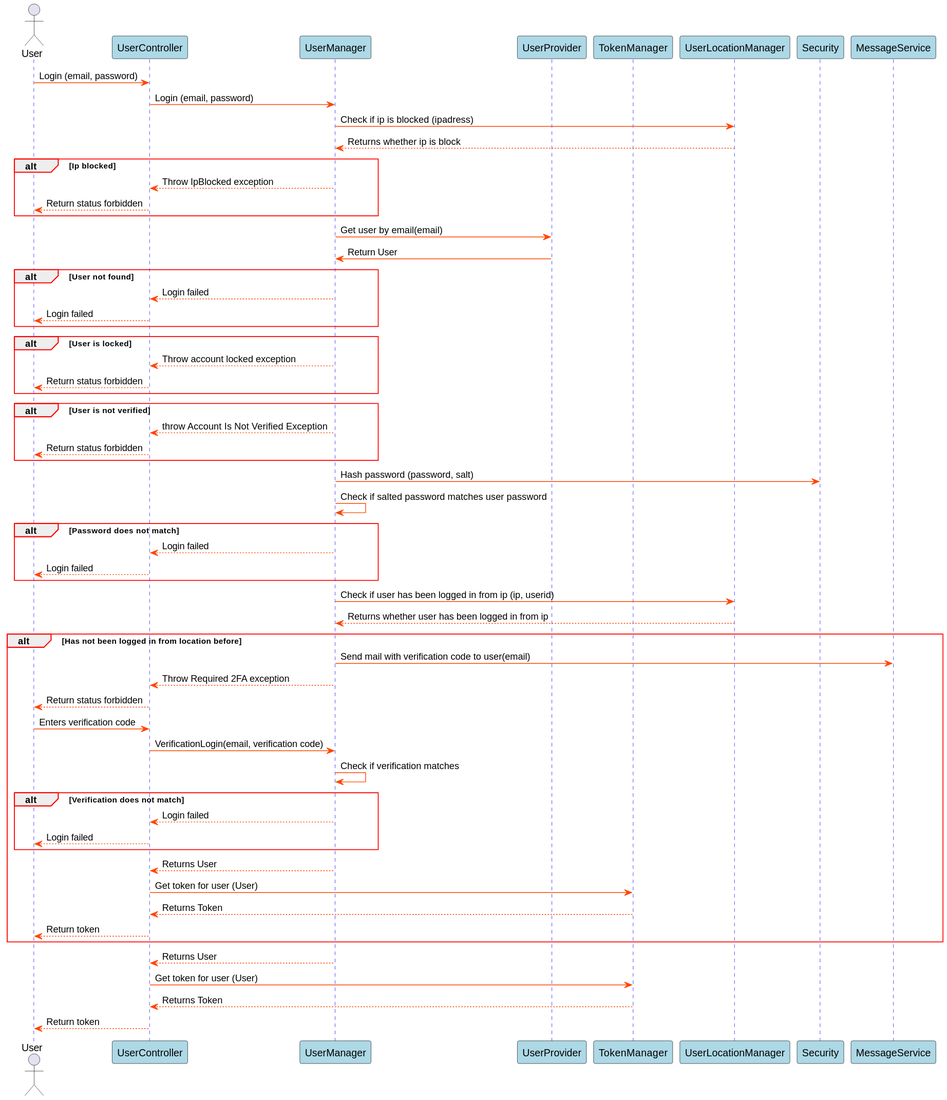
Before: Docs/out/SDDiagrams/LoginSD/Login SD.svg, a diagram exported from PlantUML (blackout1471/trust-us-school).
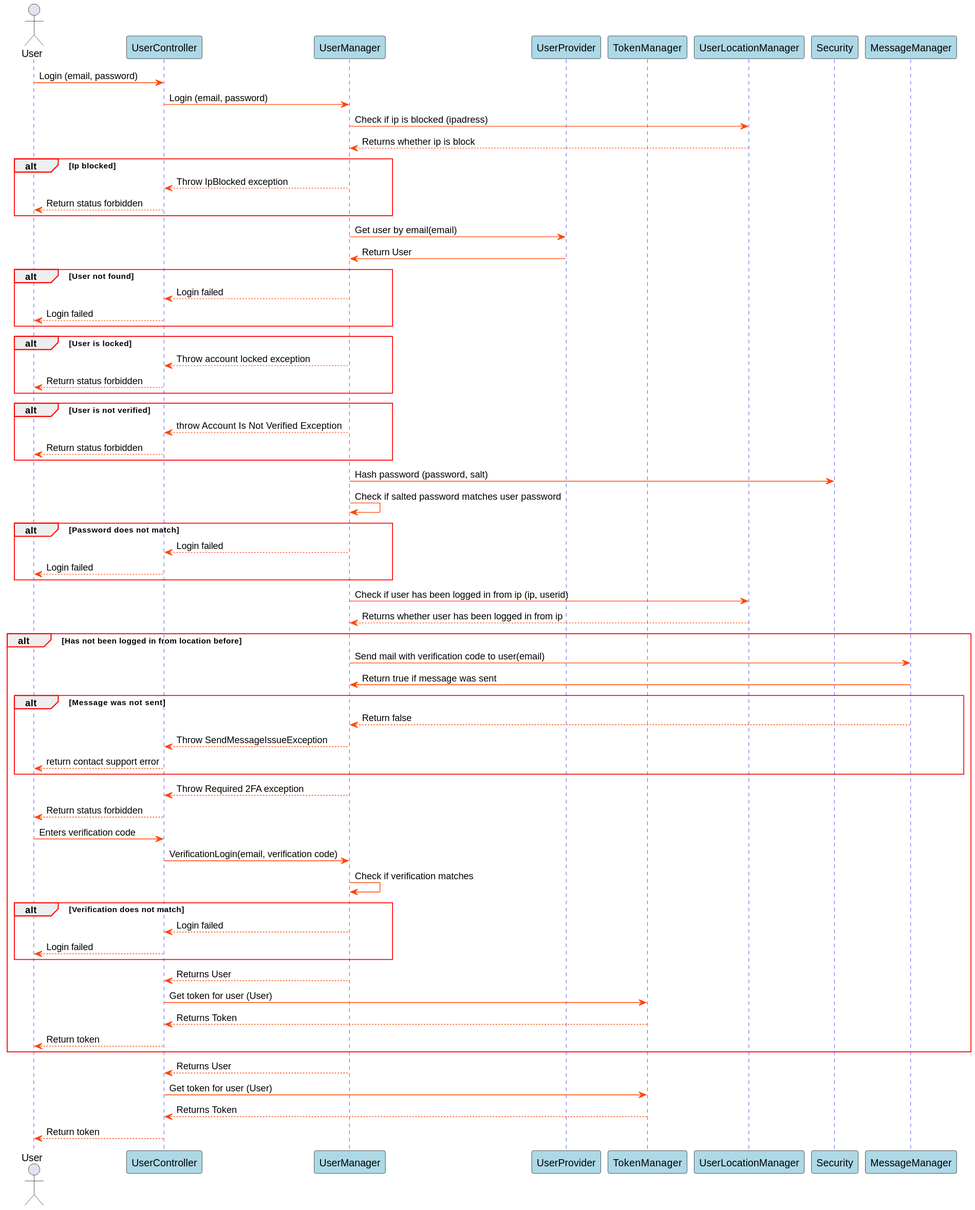
Later version of the same file.

Diff of the diagram source:
```diff
@@ -70,7 +70,13 @@
 
 alt Has not been logged in from location before
 
-UserManager->MessageService: Send mail with verification code to user(email)
+UserManager->MessageManager: Send mail with verification code to user(email)
+MessageManager->UserManager: Return true if message was sent
+alt Message was not sent
+MessageManager-->UserManager: Return false
+UserManager --> UserController: Throw SendMessageIssueException
+UserController --> User: return contact support error
+end
 UserManager-->UserController: Throw Required 2FA exception
 UserController-->User: Return status forbidden
 User->UserController: Enters verification code
```
